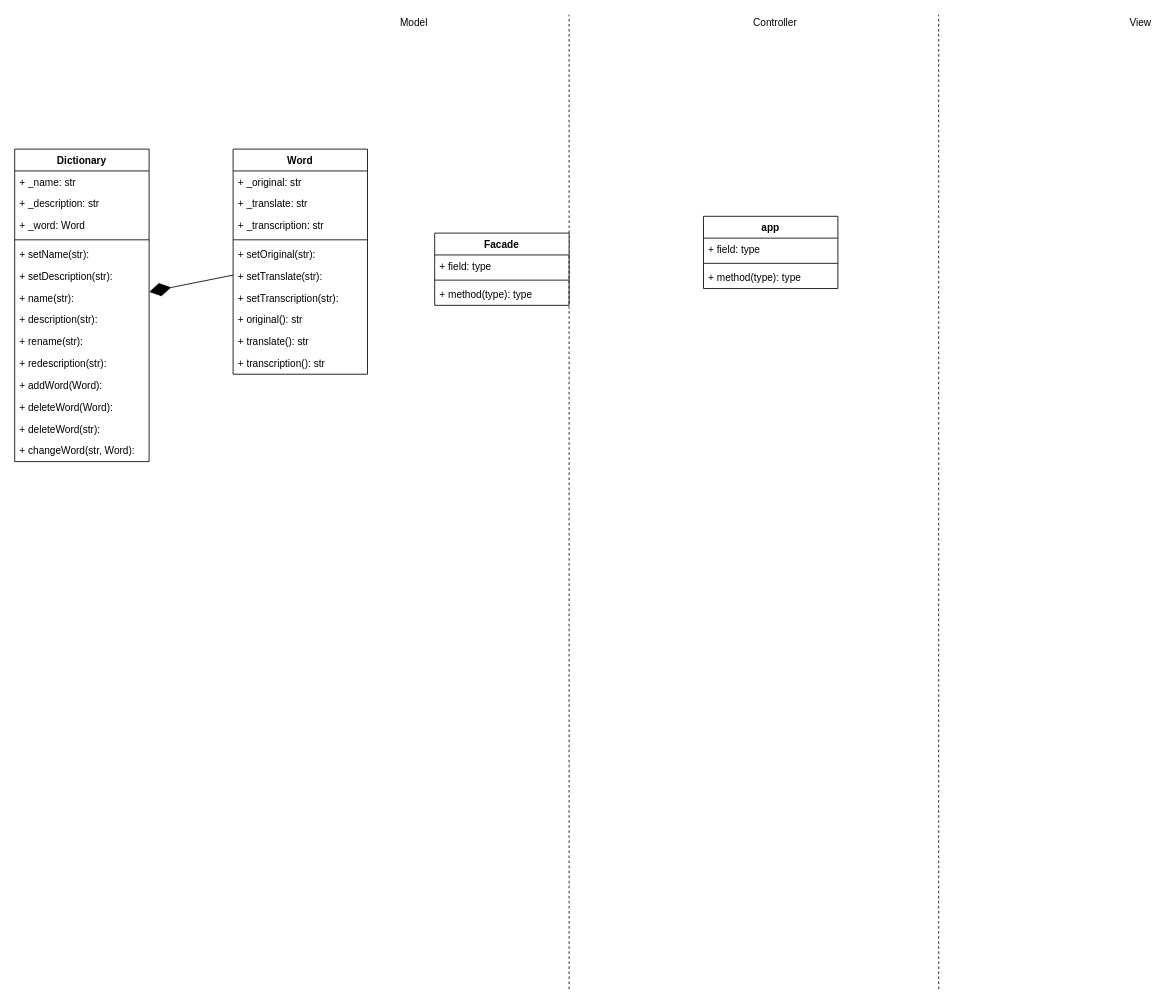
vikk777/Smart-Dictionary keeps this draw.io diagram as page "classes" (5 of 5) of schemes/scheme.drawio. Above is the earlier version. Source tidied: cells renumbered, new cells numbered last; positions are measured from the earlier drawing's top-left corner, leaving out a move shared by most shapes. Both pictures are drawn from the tidied source at 84%, with x=0, y=0 at pixel (14, 14).
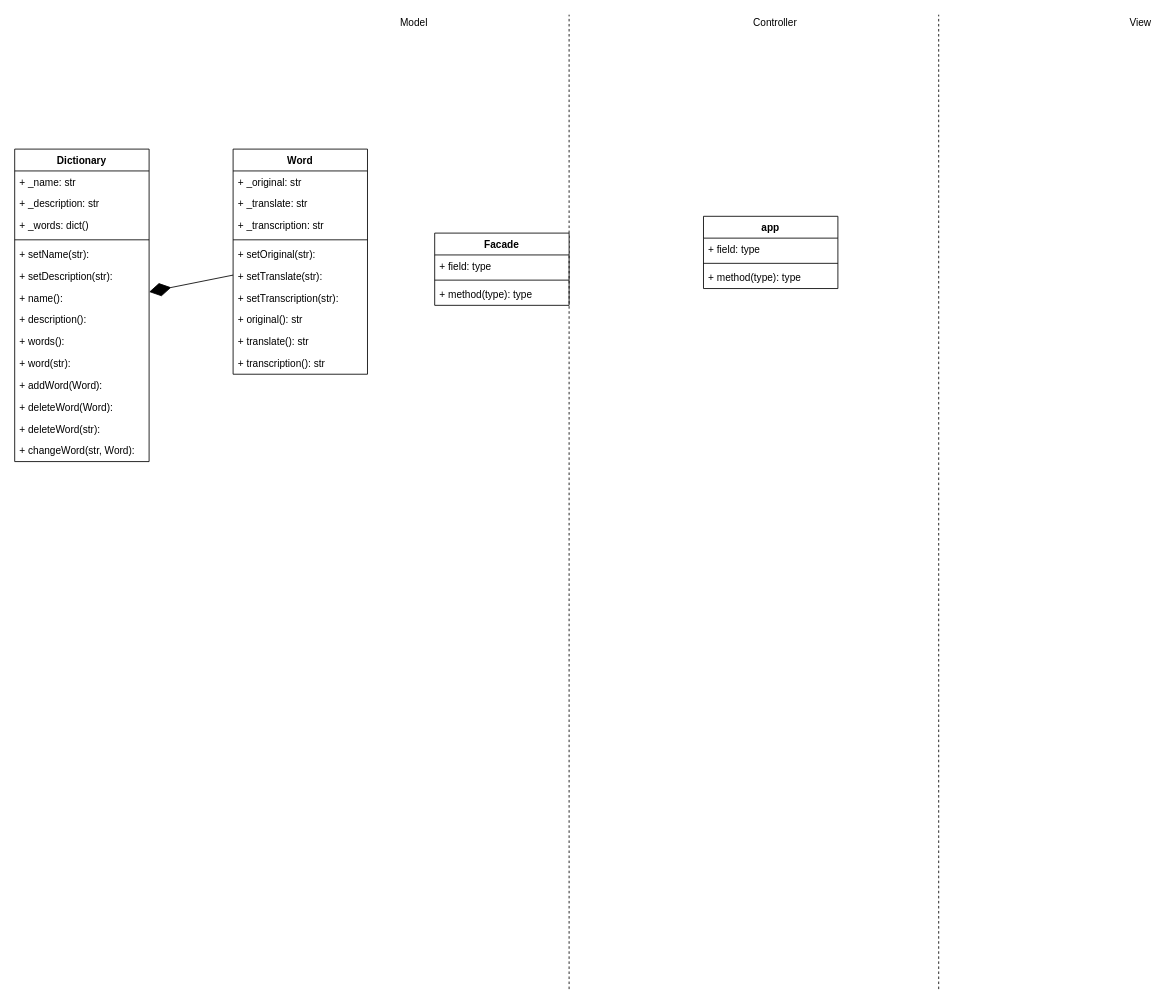
Above is the later version.

Unchanged cells that the change refers to:
```xml
<mxCell id="26" value="Dictionary" style="swimlane;fontStyle=1;align=center;verticalAlign=top;horizontal=1;startSize=26;" parent="1" vertex="1">
  <mxGeometry y="160" width="160" height="372" as="geometry" />
</mxCell>
```

Diff of the diagram source:
```diff
@@
-    <mxCell id="29" value="+ _word: Word" style="text;strokeColor=none;fillColor=none;align=left;verticalAlign=top;spacingLeft=4;spacingRight=4;overflow=hidden;" parent="26" vertex="1">
+    <mxCell id="29" value="+ _words: dict()" style="text;strokeColor=none;fillColor=none;align=left;verticalAlign=top;spacingLeft=4;spacingRight=4;overflow=hidden;" parent="26" vertex="1">
       <mxGeometry y="78" width="160" height="26" as="geometry" />
     </mxCell>
@@
-    <mxCell id="33" value="+ name(str):" style="text;strokeColor=none;fillColor=none;align=left;verticalAlign=top;spacingLeft=4;spacingRight=4;overflow=hidden;" parent="26" vertex="1">
+    <mxCell id="33" value="+ name():" style="text;strokeColor=none;fillColor=none;align=left;verticalAlign=top;spacingLeft=4;spacingRight=4;overflow=hidden;" parent="26" vertex="1">
       <mxGeometry y="164" width="160" height="26" as="geometry" />
     </mxCell>
-    <mxCell id="34" value="+ description(str):" style="text;strokeColor=none;fillColor=none;align=left;verticalAlign=top;spacingLeft=4;spacingRight=4;overflow=hidden;" parent="26" vertex="1">
+    <mxCell id="34" value="+ description():" style="text;strokeColor=none;fillColor=none;align=left;verticalAlign=top;spacingLeft=4;spacingRight=4;overflow=hidden;" parent="26" vertex="1">
       <mxGeometry y="190" width="160" height="26" as="geometry" />
     </mxCell>
-    <mxCell id="35" value="+ rename(str):" style="text;strokeColor=none;fillColor=none;align=left;verticalAlign=top;spacingLeft=4;spacingRight=4;overflow=hidden;" parent="26" vertex="1">
-      <mxGeometry y="216" width="160" height="26" as="geometry" />
-    </mxCell>
-    <mxCell id="36" value="+ redescription(str):" style="text;strokeColor=none;fillColor=none;align=left;verticalAlign=top;spacingLeft=4;spacingRight=4;overflow=hidden;" parent="26" vertex="1">
-      <mxGeometry y="242" width="160" height="26" as="geometry" />
-    </mxCell>
+    <mxCell id="42" value="+ words():" style="text;strokeColor=none;fillColor=none;align=left;verticalAlign=top;spacingLeft=4;spacingRight=4;overflow=hidden;" parent="26" vertex="1">
+      <mxGeometry y="216" width="160" height="26" as="geometry" />
+    </mxCell>
+    <mxCell id="43" value="+ word(str):" style="text;strokeColor=none;fillColor=none;align=left;verticalAlign=top;spacingLeft=4;spacingRight=4;overflow=hidden;" parent="26" vertex="1">
+      <mxGeometry y="242" width="160" height="26" as="geometry" />
+    </mxCell>
```
